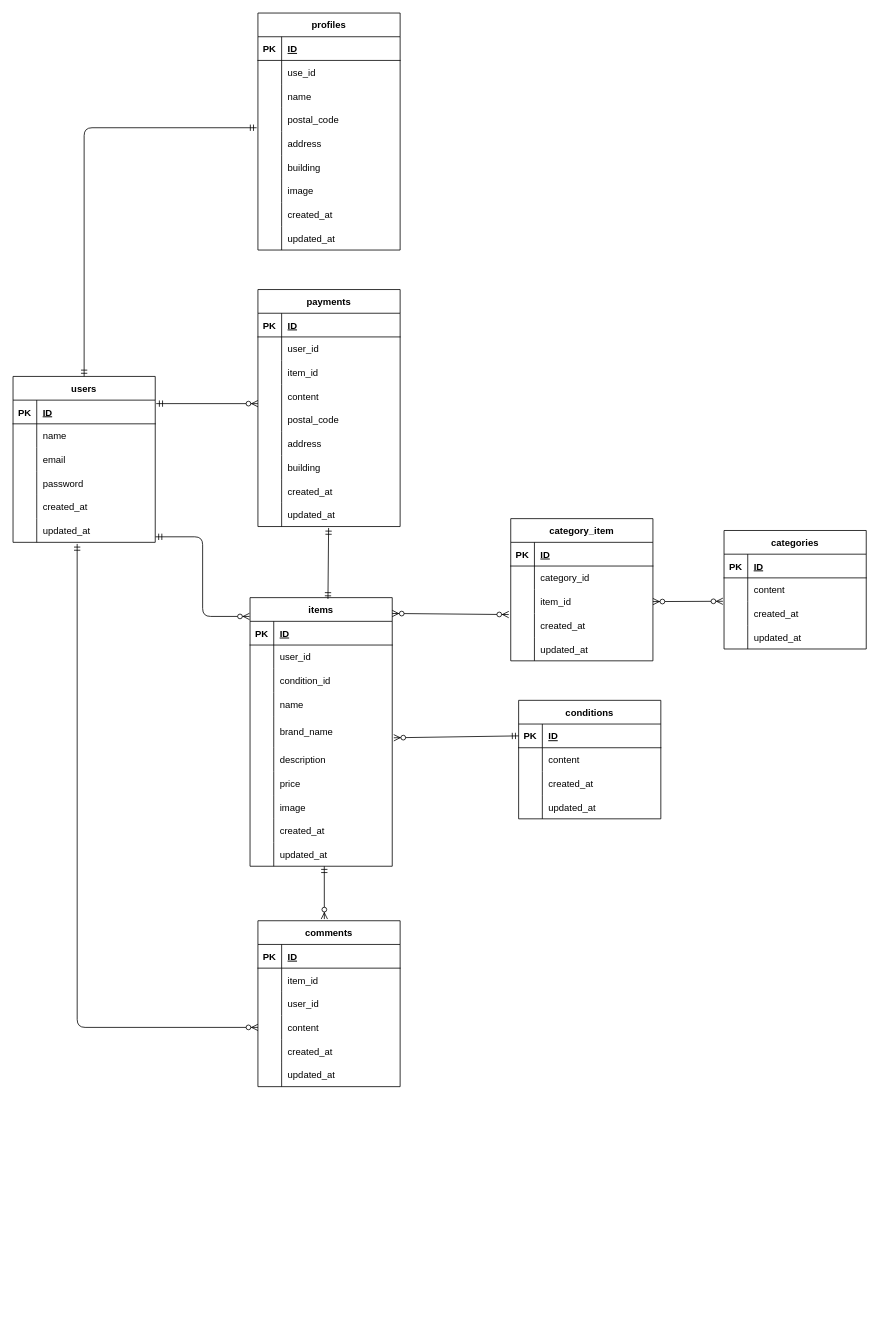
This is page "ページ1" (1 of 2) of ER.drawio from nishimiyu0313/fleamarket-app-old, a draw.io file, before an edit. Source tidied: cells renumbered, new cells numbered last; positions are measured from the earlier drawing's top-left corner, leaving out a move shared by most shapes. Both pictures are drawn from the tidied source at 79%, with x=0, y=0 at pixel (13, 13).
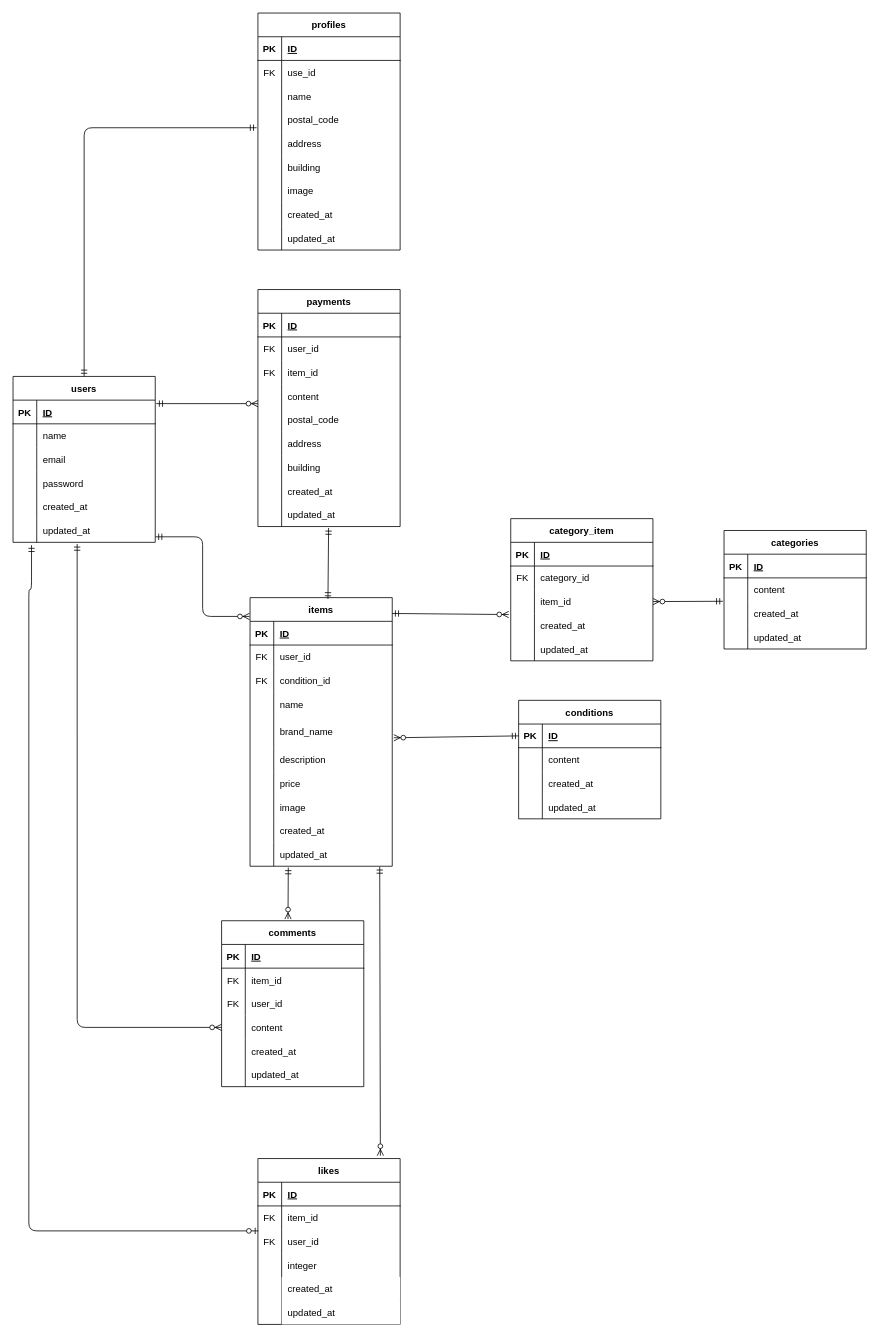
After the change.

Unchanged cells that the change refers to:
```xml
<mxCell id="18" style="shape=tableRow;horizontal=0;startSize=0;swimlaneHead=0;swimlaneBody=0;fillColor=none;points=[[0,0.5],[1,0.5]];portConstraint=eastwest;top=0;left=0;right=0;bottom=0;" parent="2" vertex="1">
  <mxGeometry y="180" width="180" height="30" as="geometry" />
</mxCell>
<mxCell id="25" style="shape=tableRow;horizontal=0;startSize=0;swimlaneHead=0;swimlaneBody=0;fillColor=none;top=0;left=0;right=0;bottom=0;" parent="21" vertex="1">
  <mxGeometry y="60" width="180" height="30" as="geometry" />
</mxCell>
<mxCell id="49" value="items" style="shape=table;startSize=30;childLayout=tableLayout;rowLines=0;fontStyle=1;align=center;" parent="1" vertex="1">
  <mxGeometry x="300" y="740" width="180" height="340" as="geometry" />
</mxCell>
<mxCell id="53" style="shape=tableRow;horizontal=0;startSize=0;swimlaneHead=0;swimlaneBody=0;fillColor=none;top=0;left=0;right=0;bottom=0;" parent="49" vertex="1">
  <mxGeometry y="60" width="180" height="30" as="geometry" />
</mxCell>
<mxCell id="56" style="shape=tableRow;horizontal=0;startSize=0;swimlaneHead=0;swimlaneBody=0;fillColor=none;top=0;left=0;right=0;bottom=0;" parent="49" vertex="1">
  <mxGeometry y="90" width="180" height="30" as="geometry" />
</mxCell>
<mxCell id="77" style="shape=tableRow;horizontal=0;startSize=0;swimlaneHead=0;swimlaneBody=0;fillColor=none;points=[[0,0.5],[1,0.5]];portConstraint=eastwest;top=0;left=0;right=0;bottom=0;" parent="49" vertex="1">
  <mxGeometry y="310" width="180" height="30" as="geometry" />
</mxCell>
<mxCell id="84" style="shape=tableRow;horizontal=0;startSize=0;swimlaneHead=0;swimlaneBody=0;fillColor=none;top=0;left=0;right=0;bottom=0;" parent="80" vertex="1">
  <mxGeometry y="60" width="180" height="30" as="geometry" />
</mxCell>
<mxCell id="87" style="shape=tableRow;horizontal=0;startSize=0;swimlaneHead=0;swimlaneBody=0;fillColor=none;top=0;left=0;right=0;bottom=0;" parent="80" vertex="1">
  <mxGeometry y="90" width="180" height="30" as="geometry" />
</mxCell>
<mxCell id="103" style="shape=tableRow;horizontal=0;startSize=0;swimlaneHead=0;swimlaneBody=0;fillColor=none;top=0;left=0;right=0;bottom=0;" parent="99" vertex="1">
  <mxGeometry y="60" width="180" height="30" as="geometry" />
</mxCell>
<mxCell id="106" style="shape=tableRow;horizontal=0;startSize=0;swimlaneHead=0;swimlaneBody=0;fillColor=none;top=0;left=0;right=0;bottom=0;" parent="99" vertex="1">
  <mxGeometry y="90" width="180" height="30" as="geometry" />
</mxCell>
<mxCell id="131" style="shape=tableRow;horizontal=0;startSize=0;swimlaneHead=0;swimlaneBody=0;fillColor=none;points=[[0,0.5],[1,0.5]];portConstraint=eastwest;top=0;left=0;right=0;bottom=0;" parent="127" vertex="1">
  <mxGeometry y="60" width="180" height="30" as="geometry" />
</mxCell>
<mxCell id="164" style="shape=tableRow;horizontal=0;startSize=0;swimlaneHead=0;swimlaneBody=0;fillColor=none;top=0;left=0;right=0;bottom=0;" parent="160" vertex="1">
  <mxGeometry y="60" width="180" height="30" as="geometry" />
</mxCell>
<mxCell id="167" style="shape=tableRow;horizontal=0;startSize=0;swimlaneHead=0;swimlaneBody=0;fillColor=none;points=[[0,0.5],[1,0.5]];portConstraint=eastwest;top=0;left=0;right=0;bottom=0;" parent="160" vertex="1">
  <mxGeometry y="90" width="180" height="30" as="geometry" />
</mxCell>
<mxCell id="170" style="shape=tableRow;horizontal=0;startSize=0;swimlaneHead=0;swimlaneBody=0;fillColor=none;points=[[0,0.5],[1,0.5]];portConstraint=eastwest;top=0;left=0;right=0;bottom=0;" parent="160" vertex="1">
  <mxGeometry y="120" width="180" height="30" as="geometry" />
</mxCell>
```

Diff of the diagram source:
```diff
@@
-    <mxCell id="26" style="shape=partialRectangle;fillColor=none;top=0;left=0;bottom=0;right=0;overflow=hidden;" parent="25" vertex="1">
+    <mxCell id="26" value="FK" style="shape=partialRectangle;fillColor=none;top=0;left=0;bottom=0;right=0;overflow=hidden;" parent="25" vertex="1">
       <mxGeometry width="30" height="30" as="geometry" />
     </mxCell>
@@
-    <mxCell id="54" style="shape=partialRectangle;fillColor=none;top=0;left=0;bottom=0;right=0;overflow=hidden;" parent="53" vertex="1">
+    <mxCell id="54" value="FK" style="shape=partialRectangle;fillColor=none;top=0;left=0;bottom=0;right=0;overflow=hidden;" parent="53" vertex="1">
       <mxGeometry width="30" height="30" as="geometry" />
     </mxCell>
@@
-    <mxCell id="57" style="shape=partialRectangle;fillColor=none;top=0;left=0;bottom=0;right=0;overflow=hidden;" parent="56" vertex="1">
+    <mxCell id="57" value="FK" style="shape=partialRectangle;fillColor=none;top=0;left=0;bottom=0;right=0;overflow=hidden;" parent="56" vertex="1">
       <mxGeometry width="30" height="30" as="geometry" />
     </mxCell>
@@
     <mxCell id="80" value="comments" style="shape=table;startSize=30;childLayout=tableLayout;rowLines=0;fontStyle=1;align=center;" parent="1" vertex="1">
-      <mxGeometry x="310" y="1149" width="180" height="210" as="geometry" />
+      <mxGeometry x="264" y="1149" width="180" height="210" as="geometry" />
     </mxCell>
@@
-    <mxCell id="85" style="shape=partialRectangle;fillColor=none;top=0;left=0;bottom=0;right=0;overflow=hidden;" parent="84" vertex="1">
+    <mxCell id="85" value="FK" style="shape=partialRectangle;fillColor=none;top=0;left=0;bottom=0;right=0;overflow=hidden;" parent="84" vertex="1">
       <mxGeometry width="30" height="30" as="geometry" />
     </mxCell>
@@
-    <mxCell id="88" style="shape=partialRectangle;fillColor=none;top=0;left=0;bottom=0;right=0;overflow=hidden;" parent="87" vertex="1">
+    <mxCell id="88" value="FK" style="shape=partialRectangle;fillColor=none;top=0;left=0;bottom=0;right=0;overflow=hidden;" parent="87" vertex="1">
       <mxGeometry width="30" height="30" as="geometry" />
     </mxCell>
@@
-    <mxCell id="104" style="shape=partialRectangle;fillColor=none;top=0;left=0;bottom=0;right=0;overflow=hidden;" parent="103" vertex="1">
+    <mxCell id="104" value="FK" style="shape=partialRectangle;fillColor=none;top=0;left=0;bottom=0;right=0;overflow=hidden;" parent="103" vertex="1">
       <mxGeometry width="30" height="30" as="geometry" />
     </mxCell>
@@
-    <mxCell id="107" style="shape=partialRectangle;fillColor=none;top=0;left=0;bottom=0;right=0;overflow=hidden;" parent="106" vertex="1">
+    <mxCell id="107" value="FK" style="shape=partialRectangle;fillColor=none;top=0;left=0;bottom=0;right=0;overflow=hidden;" parent="106" vertex="1">
       <mxGeometry width="30" height="30" as="geometry" />
     </mxCell>
@@
-    <mxCell id="159" style="fontSize=12;html=1;endArrow=ERzeroToMany;startArrow=ERmandOne;entryX=0.467;entryY=-0.01;entryDx=0;entryDy=0;entryPerimeter=0;" parent="1" edge="1" target="80">
-      <mxGeometry relative="1" as="geometry">
-        <mxPoint x="394" y="1080" as="sourcePoint" />
-      </mxGeometry>
+    <mxCell id="159" style="fontSize=12;html=1;endArrow=ERzeroToMany;startArrow=ERmandOne;entryX=0.467;entryY=-0.01;entryDx=0;entryDy=0;entryPerimeter=0;exitX=0.269;exitY=1.053;exitDx=0;exitDy=0;exitPerimeter=0;" parent="1" edge="1" source="77" target="80">
+      <mxGeometry relative="1" as="geometry" />
     </mxCell>
@@
-    <mxCell id="165" style="shape=partialRectangle;fillColor=none;top=0;left=0;bottom=0;right=0;overflow=hidden;" parent="164" vertex="1">
+    <mxCell id="165" value="FK" style="shape=partialRectangle;fillColor=none;top=0;left=0;bottom=0;right=0;overflow=hidden;" parent="164" vertex="1">
       <mxGeometry width="30" height="30" as="geometry" />
     </mxCell>
@@
-    <mxCell id="176" style="fontSize=12;html=1;endArrow=ERzeroToMany;endFill=1;startArrow=ERzeroToMany;exitX=1;exitY=0.059;exitDx=0;exitDy=0;exitPerimeter=0;entryX=-0.014;entryY=0.047;entryDx=0;entryDy=0;entryPerimeter=0;" parent="1" edge="1" source="49" target="170">
+    <mxCell id="176" style="fontSize=12;html=1;endArrow=ERzeroToMany;endFill=1;startArrow=ERmandOne;exitX=1;exitY=0.059;exitDx=0;exitDy=0;exitPerimeter=0;entryX=-0.014;entryY=0.047;entryDx=0;entryDy=0;entryPerimeter=0;startFill=0;" parent="1" edge="1" source="49" target="170">
       <mxGeometry relative="1" as="geometry" />
     </mxCell>
-    <mxCell id="177" style="fontSize=12;html=1;endArrow=ERzeroToMany;endFill=1;startArrow=ERzeroToMany;entryX=-0.008;entryY=0.987;entryDx=0;entryDy=0;exitX=1;exitY=0.5;exitDx=0;exitDy=0;entryPerimeter=0;" parent="1" edge="1" source="167" target="131">
+    <mxCell id="177" style="fontSize=12;html=1;endArrow=ERmandOne;endFill=0;startArrow=ERzeroToMany;entryX=-0.008;entryY=0.987;entryDx=0;entryDy=0;exitX=1;exitY=0.5;exitDx=0;exitDy=0;entryPerimeter=0;" parent="1" edge="1" source="167" target="131">
       <mxGeometry relative="1" as="geometry" />
     </mxCell>
+    <mxCell id="178" value="likes" style="shape=table;startSize=30;childLayout=tableLayout;rowLines=0;fontStyle=1;align=center;" parent="1" vertex="1">
+      <mxGeometry x="310" y="1450" width="180" height="210" as="geometry" />
+    </mxCell>
+    <mxCell id="179" style="shape=tableRow;horizontal=0;startSize=0;swimlaneHead=0;swimlaneBody=0;fillColor=none;top=0;left=0;right=0;bottom=1;" parent="178" vertex="1">
+      <mxGeometry y="30" width="180" height="30" as="geometry" />
+    </mxCell>
+    <mxCell id="180" value="PK" style="shape=partialRectangle;fillColor=none;top=0;left=0;bottom=0;right=0;fontStyle=1;overflow=hidden;" parent="179" vertex="1">
+      <mxGeometry width="30" height="30" as="geometry" />
+    </mxCell>
+    <mxCell id="181" value="ID" style="shape=partialRectangle;fillColor=none;top=0;left=0;bottom=0;right=0;align=left;spacingLeft=6;fontStyle=5;overflow=hidden;" parent="179" vertex="1">
+      <mxGeometry x="30" width="150" height="30" as="geometry" />
+    </mxCell>
+    <mxCell id="182" style="shape=tableRow;horizontal=0;startSize=0;swimlaneHead=0;swimlaneBody=0;fillColor=none;points=[[0,0.5],[1,0.5]];portConstraint=eastwest;top=0;left=0;right=0;bottom=0;" parent="178" vertex="1">
+      <mxGeometry y="60" width="180" height="30" as="geometry" />
+    </mxCell>
+    <mxCell id="183" value="FK" style="shape=partialRectangle;fillColor=none;top=0;left=0;bottom=0;right=0;overflow=hidden;" parent="182" vertex="1">
+      <mxGeometry width="30" height="30" as="geometry" />
+    </mxCell>
+    <mxCell id="184" value="item_id" style="shape=partialRectangle;fillColor=none;top=0;left=0;bottom=0;right=0;align=left;spacingLeft=6;overflow=hidden;" parent="182" vertex="1">
+      <mxGeometry x="30" width="150" height="30" as="geometry" />
+    </mxCell>
+    <mxCell id="185" style="shape=tableRow;horizontal=0;startSize=0;swimlaneHead=0;swimlaneBody=0;fillColor=none;top=0;left=0;right=0;bottom=0;" parent="178" vertex="1">
+      <mxGeometry y="90" width="180" height="30" as="geometry" />
+    </mxCell>
+    <mxCell id="186" value="FK" style="shape=partialRectangle;fillColor=none;top=0;left=0;bottom=0;right=0;overflow=hidden;" parent="185" vertex="1">
+      <mxGeometry width="30" height="30" as="geometry" />
+    </mxCell>
+    <mxCell id="187" value="user_id" style="shape=partialRectangle;fillColor=none;top=0;left=0;bottom=0;right=0;align=left;spacingLeft=6;overflow=hidden;" parent="185" vertex="1">
+      <mxGeometry x="30" width="150" height="30" as="geometry" />
+    </mxCell>
+    <mxCell id="188" style="shape=tableRow;horizontal=0;startSize=0;swimlaneHead=0;swimlaneBody=0;fillColor=none;top=0;left=0;right=0;bottom=0;" parent="178" vertex="1">
+      <mxGeometry y="120" width="180" height="30" as="geometry" />
+    </mxCell>
+    <mxCell id="189" style="shape=partialRectangle;fillColor=none;top=0;left=0;bottom=0;right=0;overflow=hidden;" parent="188" vertex="1">
+      <mxGeometry width="30" height="30" as="geometry" />
+    </mxCell>
+    <mxCell id="190" value="integer" style="shape=partialRectangle;fillColor=none;top=0;left=0;bottom=0;right=0;align=left;spacingLeft=6;overflow=hidden;" parent="188" vertex="1">
+      <mxGeometry x="30" width="150" height="30" as="geometry" />
+    </mxCell>
+    <mxCell id="191" style="shape=tableRow;horizontal=0;startSize=0;swimlaneHead=0;swimlaneBody=0;fillColor=none;top=0;left=0;right=0;bottom=0;fontColor=none;" parent="178" vertex="1">
+      <mxGeometry y="150" width="180" height="30" as="geometry" />
+    </mxCell>
+    <mxCell id="192" style="shape=partialRectangle;fillColor=none;top=0;left=0;bottom=0;right=0;overflow=hidden;fontColor=none;" parent="191" vertex="1">
+      <mxGeometry width="30" height="30" as="geometry" />
+    </mxCell>
+    <mxCell id="193" value="created_at" style="shape=partialRectangle;top=0;left=0;bottom=0;right=0;align=left;spacingLeft=6;overflow=hidden;" parent="191" vertex="1">
+      <mxGeometry x="30" width="150" height="30" as="geometry" />
+    </mxCell>
+    <mxCell id="194" style="shape=tableRow;horizontal=0;startSize=0;swimlaneHead=0;swimlaneBody=0;fillColor=none;top=0;left=0;right=0;bottom=0;fontColor=none;" parent="178" vertex="1">
+      <mxGeometry y="180" width="180" height="30" as="geometry" />
+    </mxCell>
+    <mxCell id="195" style="shape=partialRectangle;fillColor=none;top=0;left=0;bottom=0;right=0;overflow=hidden;fontColor=none;" parent="194" vertex="1">
+      <mxGeometry width="30" height="30" as="geometry" />
+    </mxCell>
+    <mxCell id="196" value="updated_at" style="shape=partialRectangle;top=0;left=0;bottom=0;right=0;align=left;spacingLeft=6;overflow=hidden;" parent="194" vertex="1">
+      <mxGeometry x="30" width="150" height="30" as="geometry" />
+    </mxCell>
+    <mxCell id="197" style="edgeStyle=orthogonalEdgeStyle;fontSize=12;html=1;endArrow=ERzeroToOne;endFill=1;fontColor=none;startArrow=ERmandOne;startFill=0;entryX=0.003;entryY=1.053;entryDx=0;entryDy=0;entryPerimeter=0;exitX=0.13;exitY=1.12;exitDx=0;exitDy=0;exitPerimeter=0;" parent="1" edge="1" source="18" target="182">
+      <mxGeometry relative="1" as="geometry">
+        <Array as="points">
+          <mxPoint x="23" y="730" />
+          <mxPoint x="20" y="730" />
+          <mxPoint x="20" y="1542" />
+        </Array>
+      </mxGeometry>
+    </mxCell>
+    <mxCell id="198" style="fontSize=12;html=1;endArrow=ERzeroToMany;startArrow=ERmandOne;fontColor=none;entryX=0.861;entryY=-0.017;entryDx=0;entryDy=0;entryPerimeter=0;exitX=0.912;exitY=1.027;exitDx=0;exitDy=0;exitPerimeter=0;" parent="1" edge="1" source="77" target="178">
+      <mxGeometry relative="1" as="geometry" />
+    </mxCell>
```
